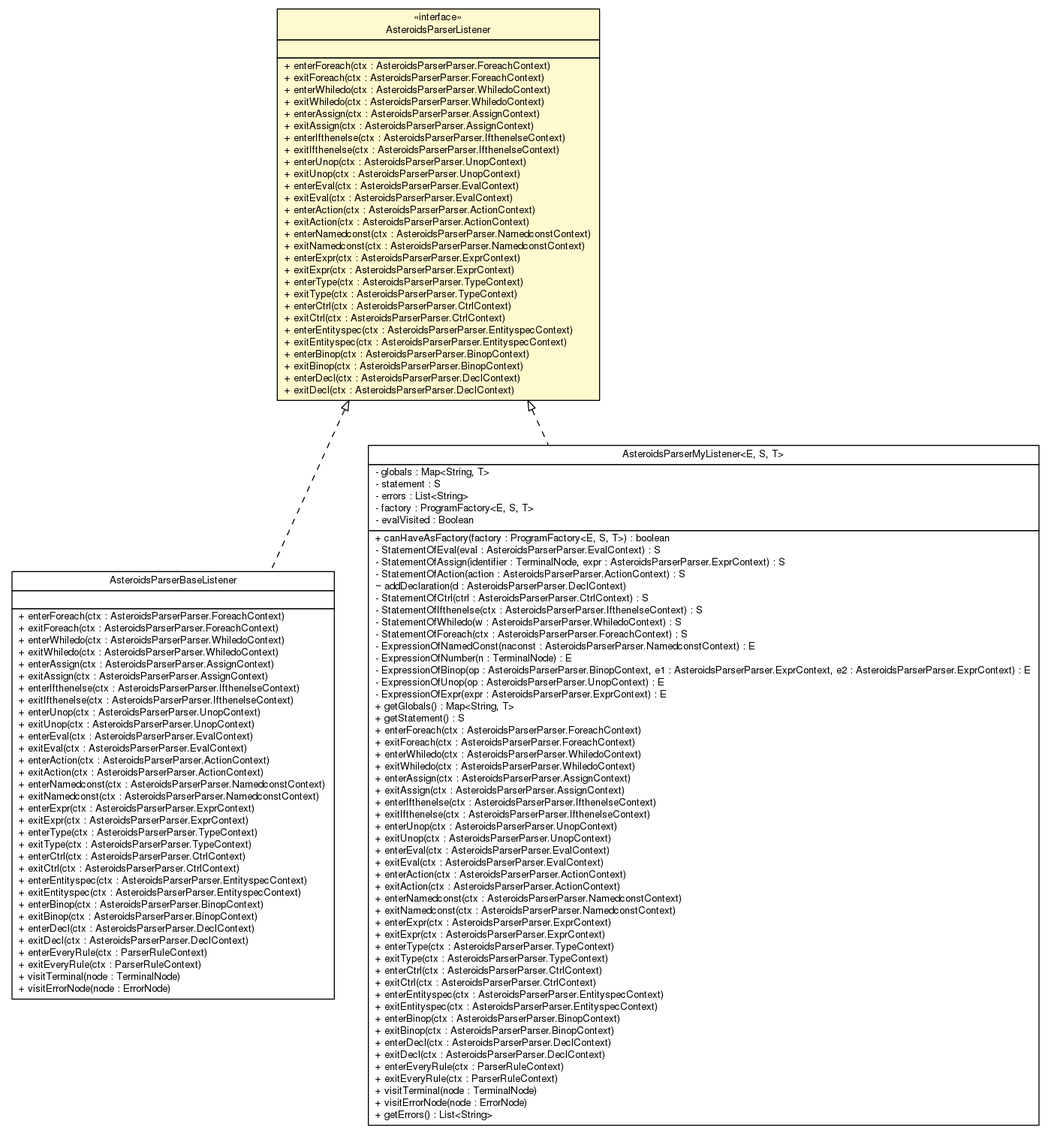
This is doc/model/programs/parsing/AsteroidsParserListener.png from sinopeus/asteroids, a Graphviz export, as it was before one commit. Its source is kept beside it as doc/model/programs/parsing/AsteroidsParserListener.dot. The source it was exported from:
```dot

digraph G {
	edge [fontname="Helvetica",fontsize=10,labelfontname="Helvetica",labelfontsize=10];
	node [fontname="Helvetica",fontsize=10,shape=plaintext];
	nodesep=0.25;
	ranksep=0.5;
	c4049 [label=<<table title="model.programs.parsing.AsteroidsParserBaseListener" border="0" cellborder="1" cellspacing="0" cellpadding="2" port="p" href="./AsteroidsParserBaseListener.html">
		<tr><td><table border="0" cellspacing="0" cellpadding="1">
<tr><td align="center" balign="center"> AsteroidsParserBaseListener </td></tr>
		</table></td></tr>
		<tr><td><table border="0" cellspacing="0" cellpadding="1">
<tr><td align="left" balign="left">  </td></tr>
		</table></td></tr>
		<tr><td><table border="0" cellspacing="0" cellpadding="1">
<tr><td align="left" balign="left"> + enterForeach(ctx : AsteroidsParserParser.ForeachContext) </td></tr>
<tr><td align="left" balign="left"> + exitForeach(ctx : AsteroidsParserParser.ForeachContext) </td></tr>
<tr><td align="left" balign="left"> + enterWhiledo(ctx : AsteroidsParserParser.WhiledoContext) </td></tr>
<tr><td align="left" balign="left"> + exitWhiledo(ctx : AsteroidsParserParser.WhiledoContext) </td></tr>
<tr><td align="left" balign="left"> + enterAssign(ctx : AsteroidsParserParser.AssignContext) </td></tr>
<tr><td align="left" balign="left"> + exitAssign(ctx : AsteroidsParserParser.AssignContext) </td></tr>
<tr><td align="left" balign="left"> + enterIfthenelse(ctx : AsteroidsParserParser.IfthenelseContext) </td></tr>
<tr><td align="left" balign="left"> + exitIfthenelse(ctx : AsteroidsParserParser.IfthenelseContext) </td></tr>
<tr><td align="left" balign="left"> + enterUnop(ctx : AsteroidsParserParser.UnopContext) </td></tr>
<tr><td align="left" balign="left"> + exitUnop(ctx : AsteroidsParserParser.UnopContext) </td></tr>
<tr><td align="left" balign="left"> + enterEval(ctx : AsteroidsParserParser.EvalContext) </td></tr>
<tr><td align="left" balign="left"> + exitEval(ctx : AsteroidsParserParser.EvalContext) </td></tr>
<tr><td align="left" balign="left"> + enterAction(ctx : AsteroidsParserParser.ActionContext) </td></tr>
<tr><td align="left" balign="left"> + exitAction(ctx : AsteroidsParserParser.ActionContext) </td></tr>
<tr><td align="left" balign="left"> + enterNamedconst(ctx : AsteroidsParserParser.NamedconstContext) </td></tr>
<tr><td align="left" balign="left"> + exitNamedconst(ctx : AsteroidsParserParser.NamedconstContext) </td></tr>
<tr><td align="left" balign="left"> + enterExpr(ctx : AsteroidsParserParser.ExprContext) </td></tr>
<tr><td align="left" balign="left"> + exitExpr(ctx : AsteroidsParserParser.ExprContext) </td></tr>
<tr><td align="left" balign="left"> + enterType(ctx : AsteroidsParserParser.TypeContext) </td></tr>
<tr><td align="left" balign="left"> + exitType(ctx : AsteroidsParserParser.TypeContext) </td></tr>
<tr><td align="left" balign="left"> + enterCtrl(ctx : AsteroidsParserParser.CtrlContext) </td></tr>
<tr><td align="left" balign="left"> + exitCtrl(ctx : AsteroidsParserParser.CtrlContext) </td></tr>
<tr><td align="left" balign="left"> + enterEntityspec(ctx : AsteroidsParserParser.EntityspecContext) </td></tr>
<tr><td align="left" balign="left"> + exitEntityspec(ctx : AsteroidsParserParser.EntityspecContext) </td></tr>
<tr><td align="left" balign="left"> + enterBinop(ctx : AsteroidsParserParser.BinopContext) </td></tr>
<tr><td align="left" balign="left"> + exitBinop(ctx : AsteroidsParserParser.BinopContext) </td></tr>
<tr><td align="left" balign="left"> + enterDecl(ctx : AsteroidsParserParser.DeclContext) </td></tr>
<tr><td align="left" balign="left"> + exitDecl(ctx : AsteroidsParserParser.DeclContext) </td></tr>
<tr><td align="left" balign="left"> + enterEveryRule(ctx : ParserRuleContext) </td></tr>
<tr><td align="left" balign="left"> + exitEveryRule(ctx : ParserRuleContext) </td></tr>
<tr><td align="left" balign="left"> + visitTerminal(node : TerminalNode) </td></tr>
<tr><td align="left" balign="left"> + visitErrorNode(node : ErrorNode) </td></tr>
		</table></td></tr>
		</table>>, URL="./AsteroidsParserBaseListener.html", fontname="Helvetica", fontcolor="black", fontsize=10.0];
	c4051 [label=<<table title="model.programs.parsing.AsteroidsParserMyListener" border="0" cellborder="1" cellspacing="0" cellpadding="2" port="p" href="./AsteroidsParserMyListener.html">
		<tr><td><table border="0" cellspacing="0" cellpadding="1">
<tr><td align="center" balign="center"> AsteroidsParserMyListener&lt;E, S, T&gt; </td></tr>
		</table></td></tr>
		<tr><td><table border="0" cellspacing="0" cellpadding="1">
<tr><td align="left" balign="left"> - globals : Map&lt;String, T&gt; </td></tr>
<tr><td align="left" balign="left"> - statement : S </td></tr>
<tr><td align="left" balign="left"> - errors : List&lt;String&gt; </td></tr>
<tr><td align="left" balign="left"> - factory : ProgramFactory&lt;E, S, T&gt; </td></tr>
<tr><td align="left" balign="left"> - evalVisited : Boolean </td></tr>
		</table></td></tr>
		<tr><td><table border="0" cellspacing="0" cellpadding="1">
<tr><td align="left" balign="left"> + canHaveAsFactory(factory : ProgramFactory&lt;E, S, T&gt;) : boolean </td></tr>
<tr><td align="left" balign="left"> - StatementOfEval(eval : AsteroidsParserParser.EvalContext) : S </td></tr>
<tr><td align="left" balign="left"> - StatementOfAssign(identifier : TerminalNode, expr : AsteroidsParserParser.ExprContext) : S </td></tr>
<tr><td align="left" balign="left"> - StatementOfAction(action : AsteroidsParserParser.ActionContext) : S </td></tr>
<tr><td align="left" balign="left"> ~ addDeclaration(d : AsteroidsParserParser.DeclContext) </td></tr>
<tr><td align="left" balign="left"> - StatementOfCtrl(ctrl : AsteroidsParserParser.CtrlContext) : S </td></tr>
<tr><td align="left" balign="left"> - StatementOfIfthenelse(ctx : AsteroidsParserParser.IfthenelseContext) : S </td></tr>
<tr><td align="left" balign="left"> - StatementOfWhiledo(w : AsteroidsParserParser.WhiledoContext) : S </td></tr>
<tr><td align="left" balign="left"> - StatementOfForeach(ctx : AsteroidsParserParser.ForeachContext) : S </td></tr>
<tr><td align="left" balign="left"> - ExpressionOfNamedConst(naconst : AsteroidsParserParser.NamedconstContext) : E </td></tr>
<tr><td align="left" balign="left"> - ExpressionOfNumber(n : TerminalNode) : E </td></tr>
<tr><td align="left" balign="left"> - ExpressionOfBinop(op : AsteroidsParserParser.BinopContext, e1 : AsteroidsParserParser.ExprContext, e2 : AsteroidsParserParser.ExprContext) : E </td></tr>
<tr><td align="left" balign="left"> - ExpressionOfUnop(op : AsteroidsParserParser.UnopContext) : E </td></tr>
<tr><td align="left" balign="left"> - ExpressionOfExpr(expr : AsteroidsParserParser.ExprContext) : E </td></tr>
<tr><td align="left" balign="left"> + getGlobals() : Map&lt;String, T&gt; </td></tr>
<tr><td align="left" balign="left"> + getStatement() : S </td></tr>
<tr><td align="left" balign="left"> + enterForeach(ctx : AsteroidsParserParser.ForeachContext) </td></tr>
<tr><td align="left" balign="left"> + exitForeach(ctx : AsteroidsParserParser.ForeachContext) </td></tr>
<tr><td align="left" balign="left"> + enterWhiledo(ctx : AsteroidsParserParser.WhiledoContext) </td></tr>
<tr><td align="left" balign="left"> + exitWhiledo(ctx : AsteroidsParserParser.WhiledoContext) </td></tr>
<tr><td align="left" balign="left"> + enterAssign(ctx : AsteroidsParserParser.AssignContext) </td></tr>
<tr><td align="left" balign="left"> + exitAssign(ctx : AsteroidsParserParser.AssignContext) </td></tr>
<tr><td align="left" balign="left"> + enterIfthenelse(ctx : AsteroidsParserParser.IfthenelseContext) </td></tr>
<tr><td align="left" balign="left"> + exitIfthenelse(ctx : AsteroidsParserParser.IfthenelseContext) </td></tr>
<tr><td align="left" balign="left"> + enterUnop(ctx : AsteroidsParserParser.UnopContext) </td></tr>
<tr><td align="left" balign="left"> + exitUnop(ctx : AsteroidsParserParser.UnopContext) </td></tr>
<tr><td align="left" balign="left"> + enterEval(ctx : AsteroidsParserParser.EvalContext) </td></tr>
<tr><td align="left" balign="left"> + exitEval(ctx : AsteroidsParserParser.EvalContext) </td></tr>
<tr><td align="left" balign="left"> + enterAction(ctx : AsteroidsParserParser.ActionContext) </td></tr>
<tr><td align="left" balign="left"> + exitAction(ctx : AsteroidsParserParser.ActionContext) </td></tr>
<tr><td align="left" balign="left"> + enterNamedconst(ctx : AsteroidsParserParser.NamedconstContext) </td></tr>
<tr><td align="left" balign="left"> + exitNamedconst(ctx : AsteroidsParserParser.NamedconstContext) </td></tr>
<tr><td align="left" balign="left"> + enterExpr(ctx : AsteroidsParserParser.ExprContext) </td></tr>
<tr><td align="left" balign="left"> + exitExpr(ctx : AsteroidsParserParser.ExprContext) </td></tr>
<tr><td align="left" balign="left"> + enterType(ctx : AsteroidsParserParser.TypeContext) </td></tr>
<tr><td align="left" balign="left"> + exitType(ctx : AsteroidsParserParser.TypeContext) </td></tr>
<tr><td align="left" balign="left"> + enterCtrl(ctx : AsteroidsParserParser.CtrlContext) </td></tr>
<tr><td align="left" balign="left"> + exitCtrl(ctx : AsteroidsParserParser.CtrlContext) </td></tr>
<tr><td align="left" balign="left"> + enterEntityspec(ctx : AsteroidsParserParser.EntityspecContext) </td></tr>
<tr><td align="left" balign="left"> + exitEntityspec(ctx : AsteroidsParserParser.EntityspecContext) </td></tr>
<tr><td align="left" balign="left"> + enterBinop(ctx : AsteroidsParserParser.BinopContext) </td></tr>
<tr><td align="left" balign="left"> + exitBinop(ctx : AsteroidsParserParser.BinopContext) </td></tr>
<tr><td align="left" balign="left"> + enterDecl(ctx : AsteroidsParserParser.DeclContext) </td></tr>
<tr><td align="left" balign="left"> + exitDecl(ctx : AsteroidsParserParser.DeclContext) </td></tr>
<tr><td align="left" balign="left"> + enterEveryRule(ctx : ParserRuleContext) </td></tr>
<tr><td align="left" balign="left"> + exitEveryRule(ctx : ParserRuleContext) </td></tr>
<tr><td align="left" balign="left"> + visitTerminal(node : TerminalNode) </td></tr>
<tr><td align="left" balign="left"> + visitErrorNode(node : ErrorNode) </td></tr>
<tr><td align="left" balign="left"> + getErrors() : List&lt;String&gt; </td></tr>
		</table></td></tr>
		</table>>, URL="./AsteroidsParserMyListener.html", fontname="Helvetica", fontcolor="black", fontsize=10.0];
	c4052 [label=<<table title="model.programs.parsing.AsteroidsParserListener" border="0" cellborder="1" cellspacing="0" cellpadding="2" port="p" bgcolor="lemonChiffon" href="./AsteroidsParserListener.html">
		<tr><td><table border="0" cellspacing="0" cellpadding="1">
<tr><td align="center" balign="center"> &#171;interface&#187; </td></tr>
<tr><td align="center" balign="center"> AsteroidsParserListener </td></tr>
		</table></td></tr>
		<tr><td><table border="0" cellspacing="0" cellpadding="1">
<tr><td align="left" balign="left">  </td></tr>
		</table></td></tr>
		<tr><td><table border="0" cellspacing="0" cellpadding="1">
<tr><td align="left" balign="left"> + enterForeach(ctx : AsteroidsParserParser.ForeachContext) </td></tr>
<tr><td align="left" balign="left"> + exitForeach(ctx : AsteroidsParserParser.ForeachContext) </td></tr>
<tr><td align="left" balign="left"> + enterWhiledo(ctx : AsteroidsParserParser.WhiledoContext) </td></tr>
<tr><td align="left" balign="left"> + exitWhiledo(ctx : AsteroidsParserParser.WhiledoContext) </td></tr>
<tr><td align="left" balign="left"> + enterAssign(ctx : AsteroidsParserParser.AssignContext) </td></tr>
<tr><td align="left" balign="left"> + exitAssign(ctx : AsteroidsParserParser.AssignContext) </td></tr>
<tr><td align="left" balign="left"> + enterIfthenelse(ctx : AsteroidsParserParser.IfthenelseContext) </td></tr>
<tr><td align="left" balign="left"> + exitIfthenelse(ctx : AsteroidsParserParser.IfthenelseContext) </td></tr>
<tr><td align="left" balign="left"> + enterUnop(ctx : AsteroidsParserParser.UnopContext) </td></tr>
<tr><td align="left" balign="left"> + exitUnop(ctx : AsteroidsParserParser.UnopContext) </td></tr>
<tr><td align="left" balign="left"> + enterEval(ctx : AsteroidsParserParser.EvalContext) </td></tr>
<tr><td align="left" balign="left"> + exitEval(ctx : AsteroidsParserParser.EvalContext) </td></tr>
<tr><td align="left" balign="left"> + enterAction(ctx : AsteroidsParserParser.ActionContext) </td></tr>
<tr><td align="left" balign="left"> + exitAction(ctx : AsteroidsParserParser.ActionContext) </td></tr>
<tr><td align="left" balign="left"> + enterNamedconst(ctx : AsteroidsParserParser.NamedconstContext) </td></tr>
<tr><td align="left" balign="left"> + exitNamedconst(ctx : AsteroidsParserParser.NamedconstContext) </td></tr>
<tr><td align="left" balign="left"> + enterExpr(ctx : AsteroidsParserParser.ExprContext) </td></tr>
<tr><td align="left" balign="left"> + exitExpr(ctx : AsteroidsParserParser.ExprContext) </td></tr>
<tr><td align="left" balign="left"> + enterType(ctx : AsteroidsParserParser.TypeContext) </td></tr>
<tr><td align="left" balign="left"> + exitType(ctx : AsteroidsParserParser.TypeContext) </td></tr>
<tr><td align="left" balign="left"> + enterCtrl(ctx : AsteroidsParserParser.CtrlContext) </td></tr>
<tr><td align="left" balign="left"> + exitCtrl(ctx : AsteroidsParserParser.CtrlContext) </td></tr>
<tr><td align="left" balign="left"> + enterEntityspec(ctx : AsteroidsParserParser.EntityspecContext) </td></tr>
<tr><td align="left" balign="left"> + exitEntityspec(ctx : AsteroidsParserParser.EntityspecContext) </td></tr>
<tr><td align="left" balign="left"> + enterBinop(ctx : AsteroidsParserParser.BinopContext) </td></tr>
<tr><td align="left" balign="left"> + exitBinop(ctx : AsteroidsParserParser.BinopContext) </td></tr>
<tr><td align="left" balign="left"> + enterDecl(ctx : AsteroidsParserParser.DeclContext) </td></tr>
<tr><td align="left" balign="left"> + exitDecl(ctx : AsteroidsParserParser.DeclContext) </td></tr>
		</table></td></tr>
		</table>>, URL="./AsteroidsParserListener.html", fontname="Helvetica", fontcolor="black", fontsize=10.0];
	c4052:p -> c4049:p [dir=back,arrowtail=empty,style=dashed];
	c4052:p -> c4051:p [dir=back,arrowtail=empty,style=dashed];
}
```
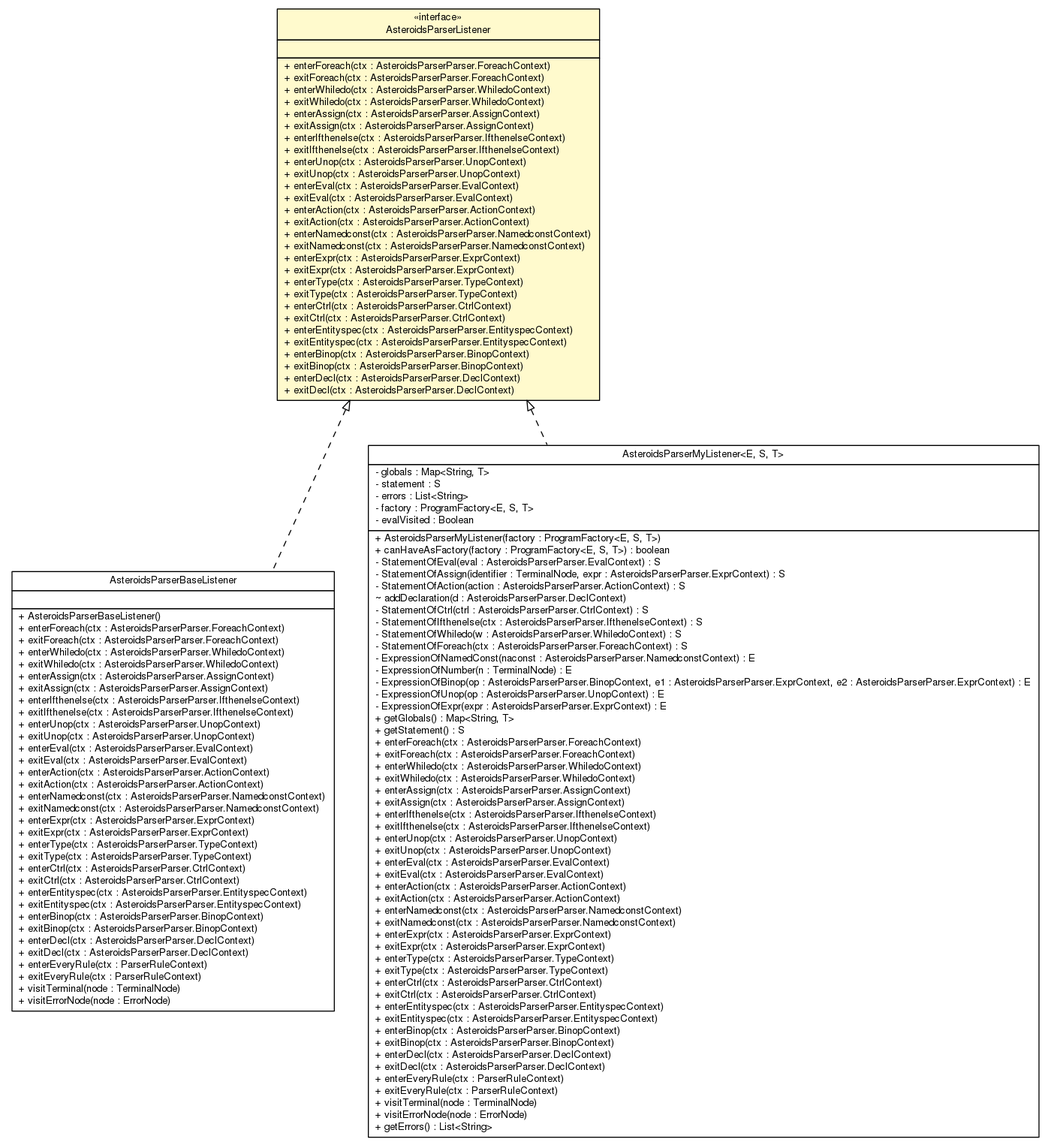
After the change.

What changed in the source:
```diff
@@ -4,7 +4,7 @@
 	node [fontname="Helvetica",fontsize=10,shape=plaintext];
 	nodesep=0.25;
 	ranksep=0.5;
-	c4049 [label=<<table title="model.programs.parsing.AsteroidsParserBaseListener" border="0" cellborder="1" cellspacing="0" cellpadding="2" port="p" href="./AsteroidsParserBaseListener.html">
+	c4078 [label=<<table title="model.programs.parsing.AsteroidsParserBaseListener" border="0" cellborder="1" cellspacing="0" cellpadding="2" port="p" href="./AsteroidsParserBaseListener.html">
 		<tr><td><table border="0" cellspacing="0" cellpadding="1">
 <tr><td align="center" balign="center"> AsteroidsParserBaseListener </td></tr>
 		</table></td></tr>
@@ -12,6 +12,7 @@
 <tr><td align="left" balign="left">  </td></tr>
 		</table></td></tr>
 		<tr><td><table border="0" cellspacing="0" cellpadding="1">
+<tr><td align="left" balign="left"> + AsteroidsParserBaseListener() </td></tr>
 <tr><td align="left" balign="left"> + enterForeach(ctx : AsteroidsParserParser.ForeachContext) </td></tr>
 <tr><td align="left" balign="left"> + exitForeach(ctx : AsteroidsParserParser.ForeachContext) </td></tr>
 <tr><td align="left" balign="left"> + enterWhiledo(ctx : AsteroidsParserParser.WhiledoContext) </td></tr>
@@ -46,7 +47,7 @@
 <tr><td align="left" balign="left"> + visitErrorNode(node : ErrorNode) </td></tr>
 		</table></td></tr>
 		</table>>, URL="./AsteroidsParserBaseListener.html", fontname="Helvetica", fontcolor="black", fontsize=10.0];
-	c4051 [label=<<table title="model.programs.parsing.AsteroidsParserMyListener" border="0" cellborder="1" cellspacing="0" cellpadding="2" port="p" href="./AsteroidsParserMyListener.html">
+	c4080 [label=<<table title="model.programs.parsing.AsteroidsParserMyListener" border="0" cellborder="1" cellspacing="0" cellpadding="2" port="p" href="./AsteroidsParserMyListener.html">
 		<tr><td><table border="0" cellspacing="0" cellpadding="1">
 <tr><td align="center" balign="center"> AsteroidsParserMyListener&lt;E, S, T&gt; </td></tr>
 		</table></td></tr>
@@ -58,6 +59,7 @@
 <tr><td align="left" balign="left"> - evalVisited : Boolean </td></tr>
 		</table></td></tr>
 		<tr><td><table border="0" cellspacing="0" cellpadding="1">
+<tr><td align="left" balign="left"> + AsteroidsParserMyListener(factory : ProgramFactory&lt;E, S, T&gt;) </td></tr>
 <tr><td align="left" balign="left"> + canHaveAsFactory(factory : ProgramFactory&lt;E, S, T&gt;) : boolean </td></tr>
 <tr><td align="left" balign="left"> - StatementOfEval(eval : AsteroidsParserParser.EvalContext) : S </td></tr>
 <tr><td align="left" balign="left"> - StatementOfAssign(identifier : TerminalNode, expr : AsteroidsParserParser.ExprContext) : S </td></tr>
@@ -109,7 +111,7 @@
 <tr><td align="left" balign="left"> + getErrors() : List&lt;String&gt; </td></tr>
 		</table></td></tr>
 		</table>>, URL="./AsteroidsParserMyListener.html", fontname="Helvetica", fontcolor="black", fontsize=10.0];
-	c4052 [label=<<table title="model.programs.parsing.AsteroidsParserListener" border="0" cellborder="1" cellspacing="0" cellpadding="2" port="p" bgcolor="lemonChiffon" href="./AsteroidsParserListener.html">
+	c4081 [label=<<table title="model.programs.parsing.AsteroidsParserListener" border="0" cellborder="1" cellspacing="0" cellpadding="2" port="p" bgcolor="lemonChiffon" href="./AsteroidsParserListener.html">
 		<tr><td><table border="0" cellspacing="0" cellpadding="1">
 <tr><td align="center" balign="center"> &#171;interface&#187; </td></tr>
 <tr><td align="center" balign="center"> AsteroidsParserListener </td></tr>
@@ -148,6 +150,6 @@
 <tr><td align="left" balign="left"> + exitDecl(ctx : AsteroidsParserParser.DeclContext) </td></tr>
 		</table></td></tr>
 		</table>>, URL="./AsteroidsParserListener.html", fontname="Helvetica", fontcolor="black", fontsize=10.0];
-	c4052:p -> c4049:p [dir=back,arrowtail=empty,style=dashed];
-	c4052:p -> c4051:p [dir=back,arrowtail=empty,style=dashed];
+	c4081:p -> c4078:p [dir=back,arrowtail=empty,style=dashed];
+	c4081:p -> c4080:p [dir=back,arrowtail=empty,style=dashed];
 }
```
